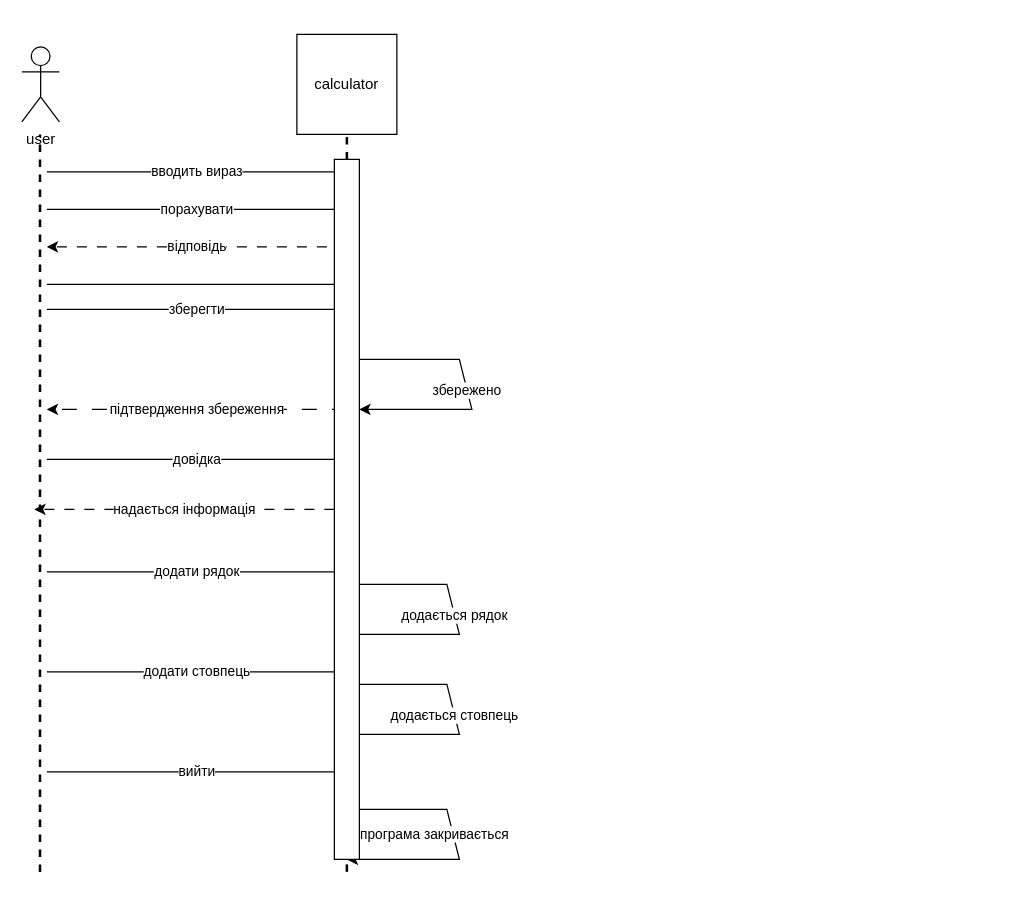
DegWar5442/oop keeps this draw.io diagram as lr1sequence.drawio. Above is the earlier version. Source tidied: cells renumbered, new cells numbered last; positions are measured from the earlier drawing's top-left corner, leaving out a move shared by most shapes. Both pictures are drawn from the tidied source at 125%, with x=0, y=0 at pixel (21, 34).
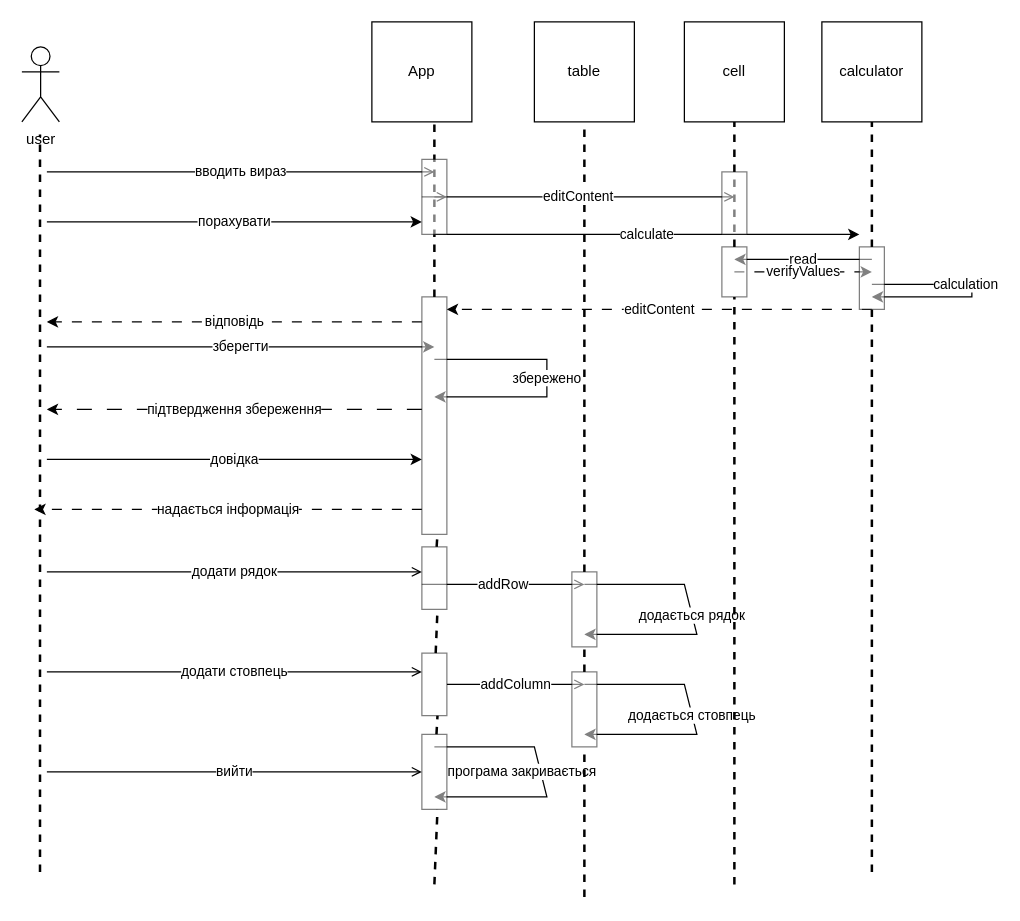
Above is the later version.

The edit, as a diff of the source:
```diff
@@
     <mxCell id="3" value="calculator" style="whiteSpace=wrap;html=1;" parent="1" vertex="1">
-      <mxGeometry x="220" width="80" height="80" as="geometry" />
+      <mxGeometry x="640" y="-10" width="80" height="80" as="geometry" />
     </mxCell>
-    <mxCell id="4" style="endArrow=none;dashed=1;html=1;strokeWidth=2;rounded=0;entryX=0.5;entryY=1;entryDx=0;entryDy=0;" parent="1" edge="1" source="22" target="3">
+    <mxCell id="4" style="endArrow=none;dashed=1;html=1;strokeWidth=2;rounded=0;entryX=0.625;entryY=1;entryDx=0;entryDy=0;entryPerimeter=0;" parent="1" edge="1" source="43" target="23">
       <mxGeometry relative="1" as="geometry" />
     </mxCell>
@@
     <mxCell id="6" value="вводить вираз" style="endArrow=open;html=1;rounded=0;endFill=0;" parent="1" edge="1">
       <mxGeometry relative="1" as="geometry">
         <mxPoint x="20" y="110" as="sourcePoint" />
-        <mxPoint x="260" y="110" as="targetPoint" />
+        <mxPoint x="330" y="110" as="targetPoint" />
       </mxGeometry>
     </mxCell>
     <mxCell id="7" value="порахувати" style="endArrow=classic;html=1;rounded=0;" parent="1" edge="1">
       <mxGeometry relative="1" as="geometry">
-        <mxPoint x="20" y="140" as="sourcePoint" />
-        <mxPoint x="260" y="140" as="targetPoint" />
+        <mxPoint x="20" y="150" as="sourcePoint" />
+        <mxPoint x="320" y="150" as="targetPoint" />
       </mxGeometry>
     </mxCell>
     <mxCell id="8" value="відповідь" style="endArrow=classic;html=1;rounded=0;dashed=1;dashPattern=8 8;" parent="1" edge="1">
       <mxGeometry relative="1" as="geometry">
-        <mxPoint x="260" y="170" as="sourcePoint" />
-        <mxPoint x="20" y="170" as="targetPoint" />
+        <mxPoint x="320" y="230" as="sourcePoint" />
+        <mxPoint x="20" y="230" as="targetPoint" />
       </mxGeometry>
     </mxCell>
-    <mxCell id="9" style="endArrow=classic;html=1;rounded=0;" parent="1" edge="1">
-      <mxGeometry relative="1" as="geometry">
-        <mxPoint x="20" y="200" as="sourcePoint" />
-        <mxPoint x="260" y="200" as="targetPoint" />
-      </mxGeometry>
-    </mxCell>
     <mxCell id="10" value="зберегти" style="endArrow=classic;html=1;rounded=0;" parent="1" edge="1">
       <mxGeometry relative="1" as="geometry">
-        <mxPoint x="20" y="220" as="sourcePoint" />
-        <mxPoint x="260" y="220" as="targetPoint" />
+        <mxPoint x="20" y="250" as="sourcePoint" />
+        <mxPoint x="330" y="250" as="targetPoint" />
       </mxGeometry>
     </mxCell>
     <mxCell id="11" value="програма закривається" style="endArrow=classic;html=1;rounded=0;" parent="1" edge="1">
       <mxGeometry x="-0.08" y="-15" relative="1" as="geometry">
-        <mxPoint x="260" y="620" as="sourcePoint" />
-        <mxPoint x="260" y="660" as="targetPoint" />
+        <mxPoint x="330" y="570" as="sourcePoint" />
+        <mxPoint x="330" y="610" as="targetPoint" />
         <Array as="points">
-          <mxPoint x="340" y="620" />
-          <mxPoint x="350" y="660" />
+          <mxPoint x="410" y="570" />
+          <mxPoint x="420" y="610" />
         </Array>
       </mxGeometry>
     </mxCell>
     <mxCell id="12" value="підтвердження збереження" style="endArrow=classic;html=1;rounded=0;dashed=1;dashPattern=12 12;" parent="1" edge="1">
       <mxGeometry relative="1" as="geometry">
-        <mxPoint x="260" y="300" as="sourcePoint" />
+        <mxPoint x="320" y="300" as="sourcePoint" />
         <mxPoint x="20" y="300" as="targetPoint" />
       </mxGeometry>
     </mxCell>
-    <mxCell id="13" value="довідка" style="endArrow=open;html=1;rounded=0;endFill=0;" parent="1" edge="1">
+    <mxCell id="13" value="довідка" style="endArrow=classic;html=1;rounded=0;endFill=1;" parent="1" edge="1">
       <mxGeometry relative="1" as="geometry">
         <mxPoint x="20" y="340" as="sourcePoint" />
-        <mxPoint x="260" y="340" as="targetPoint" />
+        <mxPoint x="320" y="340" as="targetPoint" />
       </mxGeometry>
     </mxCell>
     <mxCell id="14" value="додати рядок" style="endArrow=open;html=1;rounded=0;endFill=0;" parent="1" edge="1">
       <mxGeometry relative="1" as="geometry">
         <mxPoint x="20" y="430" as="sourcePoint" />
-        <mxPoint x="260" y="430" as="targetPoint" />
+        <mxPoint x="320" y="430" as="targetPoint" />
       </mxGeometry>
     </mxCell>
     <mxCell id="15" value="додати стовпець" style="endArrow=open;html=1;rounded=0;endFill=0;" parent="1" edge="1">
       <mxGeometry relative="1" as="geometry">
         <mxPoint x="20" y="510" as="sourcePoint" />
-        <mxPoint x="260" y="510" as="targetPoint" />
+        <mxPoint x="320" y="510" as="targetPoint" />
       </mxGeometry>
     </mxCell>
-    <mxCell id="16" value="вийти" style="endArrow=open;html=1;rounded=0;endFill=0;" parent="1" edge="1">
+    <mxCell id="16" value="вийти" style="endArrow=open;html=1;rounded=0;endFill=0;entryX=0;entryY=0.5;entryDx=0;entryDy=0;" parent="1" edge="1" target="22">
       <mxGeometry relative="1" as="geometry">
         <mxPoint x="20" y="590" as="sourcePoint" />
-        <mxPoint x="260" y="590" as="targetPoint" />
       </mxGeometry>
     </mxCell>
     <mxCell id="17" value="збережено" style="endArrow=classic;html=1;rounded=0;" parent="1" edge="1">
       <mxGeometry relative="1" as="geometry">
-        <mxPoint x="270" y="260" as="sourcePoint" />
-        <mxPoint x="270" y="300" as="targetPoint" />
+        <mxPoint x="330" y="260" as="sourcePoint" />
+        <mxPoint x="330" y="290" as="targetPoint" />
         <Array as="points">
-          <mxPoint x="350" y="260" />
-          <mxPoint x="360" y="300" />
+          <mxPoint x="420" y="260" />
+          <mxPoint x="420" y="290" />
         </Array>
       </mxGeometry>
     </mxCell>
     <mxCell id="18" value="додається стовпець" style="endArrow=classic;html=1;rounded=0;" parent="1" edge="1">
       <mxGeometry relative="1" as="geometry">
-        <mxPoint x="260" y="520" as="sourcePoint" />
-        <mxPoint x="260" y="560" as="targetPoint" />
+        <mxPoint x="450" y="520" as="sourcePoint" />
+        <mxPoint x="450" y="560" as="targetPoint" />
         <Array as="points">
-          <mxPoint x="340" y="520" />
-          <mxPoint x="350" y="560" />
+          <mxPoint x="530" y="520" />
+          <mxPoint x="540" y="560" />
         </Array>
       </mxGeometry>
     </mxCell>
     <mxCell id="19" value="додається рядок" style="endArrow=classic;html=1;rounded=0;" parent="1" edge="1">
       <mxGeometry relative="1" as="geometry">
-        <mxPoint x="260" y="440" as="sourcePoint" />
-        <mxPoint x="260" y="480" as="targetPoint" />
+        <mxPoint x="450" y="440" as="sourcePoint" />
+        <mxPoint x="450" y="480" as="targetPoint" />
         <Array as="points">
-          <mxPoint x="340" y="440" />
-          <mxPoint x="350" y="480" />
+          <mxPoint x="530" y="440" />
+          <mxPoint x="540" y="480" />
         </Array>
       </mxGeometry>
     </mxCell>
     <mxCell id="20" value="надається інформація" style="endArrow=classic;html=1;rounded=0;dashed=1;dashPattern=8 8;" parent="1" edge="1">
       <mxGeometry relative="1" as="geometry">
-        <mxPoint x="250" y="380" as="sourcePoint" />
+        <mxPoint x="320" y="380" as="sourcePoint" />
         <mxPoint x="10" y="380" as="targetPoint" />
       </mxGeometry>
     </mxCell>
-    <mxCell id="21" style="endArrow=none;dashed=1;html=1;strokeWidth=2;rounded=0;entryX=0.5;entryY=1;entryDx=0;entryDy=0;" parent="1" edge="1" target="22">
-      <mxGeometry relative="1" as="geometry">
-        <mxPoint x="260" y="670" as="sourcePoint" />
-      </mxGeometry>
-    </mxCell>
+    <mxCell id="23" value="App" style="whiteSpace=wrap;html=1;" parent="1" vertex="1">
+      <mxGeometry x="280" y="-10" width="80" height="80" as="geometry" />
+    </mxCell>
+    <mxCell id="24" style="endArrow=none;dashed=1;html=1;strokeWidth=2;rounded=0;" parent="1" edge="1" source="38" target="3">
+      <mxGeometry relative="1" as="geometry" />
+    </mxCell>
+    <mxCell id="25" value="table" style="whiteSpace=wrap;html=1;" parent="1" vertex="1">
+      <mxGeometry x="410" y="-10" width="80" height="80" as="geometry" />
+    </mxCell>
+    <mxCell id="26" style="endArrow=none;dashed=1;html=1;strokeWidth=2;rounded=0;entryX=0.5;entryY=1;entryDx=0;entryDy=0;" parent="1" edge="1" source="53" target="25">
+      <mxGeometry relative="1" as="geometry" />
+    </mxCell>
+    <mxCell id="27" value="cell" style="whiteSpace=wrap;html=1;" parent="1" vertex="1">
+      <mxGeometry x="530" y="-10" width="80" height="80" as="geometry" />
+    </mxCell>
+    <mxCell id="28" style="endArrow=none;dashed=1;html=1;strokeWidth=2;rounded=0;" parent="1" edge="1" source="51" target="27">
+      <mxGeometry relative="1" as="geometry" />
+    </mxCell>
+    <mxCell id="29" value="addColumn" style="endArrow=open;html=1;rounded=0;endFill=0;" parent="1" edge="1" source="48">
+      <mxGeometry relative="1" as="geometry">
+        <mxPoint x="450" y="520" as="targetPoint" />
+      </mxGeometry>
+    </mxCell>
+    <mxCell id="30" value="addRow" style="endArrow=open;html=1;rounded=0;endFill=0;" parent="1" edge="1">
+      <mxGeometry relative="1" as="geometry">
+        <mxPoint x="320" y="440" as="sourcePoint" />
+        <mxPoint x="450" y="440" as="targetPoint" />
+      </mxGeometry>
+    </mxCell>
+    <mxCell id="31" value="editContent" style="endArrow=open;html=1;rounded=0;endFill=0;exitX=0;exitY=0.5;exitDx=0;exitDy=0;" parent="1" edge="1" source="41">
+      <mxGeometry relative="1" as="geometry">
+        <mxPoint x="570" y="130" as="targetPoint" />
+      </mxGeometry>
+    </mxCell>
+    <mxCell id="32" value="calculate" style="endArrow=classic;html=1;rounded=0;" parent="1" edge="1">
+      <mxGeometry relative="1" as="geometry">
+        <mxPoint x="330" y="160" as="sourcePoint" />
+        <mxPoint x="670" y="160" as="targetPoint" />
+      </mxGeometry>
+    </mxCell>
+    <mxCell id="33" value="read" style="endArrow=classic;html=1;rounded=0;" parent="1" edge="1">
+      <mxGeometry relative="1" as="geometry">
+        <mxPoint x="680" y="180" as="sourcePoint" />
+        <mxPoint x="570" y="180" as="targetPoint" />
+      </mxGeometry>
+    </mxCell>
+    <mxCell id="34" value="editContent" style="endArrow=classic;html=1;rounded=0;dashed=1;dashPattern=8 8;" parent="1" edge="1">
+      <mxGeometry relative="1" as="geometry">
+        <mxPoint x="680" y="220" as="sourcePoint" />
+        <mxPoint x="340" y="220" as="targetPoint" />
+      </mxGeometry>
+    </mxCell>
+    <mxCell id="35" value="verifyValues" style="endArrow=classic;html=1;rounded=0;dashed=1;dashPattern=8 8;" parent="1" edge="1">
+      <mxGeometry relative="1" as="geometry">
+        <mxPoint x="570" y="190" as="sourcePoint" />
+        <mxPoint x="680" y="190" as="targetPoint" />
+      </mxGeometry>
+    </mxCell>
+    <mxCell id="36" value="calculation" style="endArrow=classic;html=1;rounded=0;" parent="1" edge="1">
+      <mxGeometry x="-0.06" y="-5" relative="1" as="geometry">
+        <mxPoint x="680" y="200" as="sourcePoint" />
+        <mxPoint x="680" y="210" as="targetPoint" />
+        <Array as="points">
+          <mxPoint x="760" y="200" />
+          <mxPoint x="760" y="210" />
+        </Array>
+      </mxGeometry>
+    </mxCell>
+    <mxCell id="37" style="endArrow=none;dashed=1;html=1;strokeWidth=2;rounded=0;" parent="1" edge="1" target="38">
+      <mxGeometry relative="1" as="geometry">
+        <mxPoint x="680" y="670" as="sourcePoint" />
+      </mxGeometry>
+    </mxCell>
+    <mxCell id="38" style="rounded=0;whiteSpace=wrap;html=1;opacity=50;" parent="1" vertex="1">
+      <mxGeometry x="670" y="170" width="20" height="50" as="geometry" />
+    </mxCell>
+    <mxCell id="39" style="rounded=0;whiteSpace=wrap;html=1;opacity=50;" parent="1" vertex="1">
+      <mxGeometry x="560" y="110" width="20" height="50" as="geometry" />
+    </mxCell>
+    <mxCell id="40" style="endArrow=open;html=1;rounded=0;endFill=0;" parent="1" edge="1" target="41">
+      <mxGeometry relative="1" as="geometry">
+        <mxPoint x="330" y="130" as="sourcePoint" />
+      </mxGeometry>
+    </mxCell>
+    <mxCell id="41" style="rounded=0;whiteSpace=wrap;html=1;opacity=50;" parent="1" vertex="1">
+      <mxGeometry x="320" y="100" width="20" height="60" as="geometry" />
+    </mxCell>
+    <mxCell id="42" style="endArrow=none;dashed=1;html=1;strokeWidth=2;rounded=0;entryX=0.625;entryY=1;entryDx=0;entryDy=0;entryPerimeter=0;" parent="1" edge="1" source="45" target="43">
+      <mxGeometry relative="1" as="geometry" />
+    </mxCell>
+    <mxCell id="43" style="rounded=0;whiteSpace=wrap;html=1;opacity=50;" parent="1" vertex="1">
+      <mxGeometry x="320" y="210" width="20" height="190" as="geometry" />
+    </mxCell>
+    <mxCell id="44" style="endArrow=none;dashed=1;html=1;strokeWidth=2;rounded=0;entryX=0.625;entryY=1;entryDx=0;entryDy=0;entryPerimeter=0;" parent="1" edge="1" source="48" target="45">
+      <mxGeometry relative="1" as="geometry" />
+    </mxCell>
+    <mxCell id="45" style="rounded=0;whiteSpace=wrap;html=1;opacity=50;" parent="1" vertex="1">
+      <mxGeometry x="320" y="410" width="20" height="50" as="geometry" />
+    </mxCell>
+    <mxCell id="46" style="endArrow=open;html=1;rounded=0;endFill=0;" parent="1" edge="1" target="48">
+      <mxGeometry relative="1" as="geometry">
+        <mxPoint x="320" y="520" as="sourcePoint" />
+      </mxGeometry>
+    </mxCell>
+    <mxCell id="47" style="endArrow=none;dashed=1;html=1;strokeWidth=2;rounded=0;entryX=0.625;entryY=1;entryDx=0;entryDy=0;entryPerimeter=0;" parent="1" edge="1" source="22" target="48">
+      <mxGeometry relative="1" as="geometry" />
+    </mxCell>
+    <mxCell id="48" style="rounded=0;whiteSpace=wrap;html=1;opacity=50;" parent="1" vertex="1">
+      <mxGeometry x="320" y="495" width="20" height="50" as="geometry" />
+    </mxCell>
+    <mxCell id="49" style="endArrow=none;dashed=1;html=1;strokeWidth=2;rounded=0;entryX=0.625;entryY=1;entryDx=0;entryDy=0;entryPerimeter=0;" parent="1" edge="1" target="22">
+      <mxGeometry relative="1" as="geometry">
+        <mxPoint x="330" y="680" as="sourcePoint" />
+      </mxGeometry>
+    </mxCell>
-    <mxCell id="22" style="rounded=0;whiteSpace=wrap;html=1;" parent="1" vertex="1">
-      <mxGeometry x="250" y="100" width="20" height="560" as="geometry" />
+    <mxCell id="22" style="rounded=0;whiteSpace=wrap;html=1;opacity=50;" parent="1" vertex="1">
+      <mxGeometry x="320" y="560" width="20" height="60" as="geometry" />
     </mxCell>
+    <mxCell id="50" style="endArrow=none;dashed=1;html=1;strokeWidth=2;rounded=0;" parent="1" edge="1" target="51">
+      <mxGeometry relative="1" as="geometry">
+        <mxPoint x="570" y="680" as="sourcePoint" />
+      </mxGeometry>
+    </mxCell>
+    <mxCell id="51" style="rounded=0;whiteSpace=wrap;html=1;opacity=50;" parent="1" vertex="1">
+      <mxGeometry x="560" y="170" width="20" height="40" as="geometry" />
+    </mxCell>
+    <mxCell id="52" style="endArrow=none;dashed=1;html=1;strokeWidth=2;rounded=0;entryX=0.5;entryY=1;entryDx=0;entryDy=0;" parent="1" edge="1" source="55" target="53">
+      <mxGeometry relative="1" as="geometry" />
+    </mxCell>
+    <mxCell id="53" style="rounded=0;whiteSpace=wrap;html=1;opacity=50;" parent="1" vertex="1">
+      <mxGeometry x="440" y="430" width="20" height="60" as="geometry" />
+    </mxCell>
+    <mxCell id="54" style="endArrow=none;dashed=1;html=1;strokeWidth=2;rounded=0;entryX=0.5;entryY=1;entryDx=0;entryDy=0;" parent="1" edge="1" target="55">
+      <mxGeometry relative="1" as="geometry">
+        <mxPoint x="450" y="690" as="sourcePoint" />
+      </mxGeometry>
+    </mxCell>
+    <mxCell id="55" style="rounded=0;whiteSpace=wrap;html=1;opacity=50;" parent="1" vertex="1">
+      <mxGeometry x="440" y="510" width="20" height="60" as="geometry" />
+    </mxCell>
```
